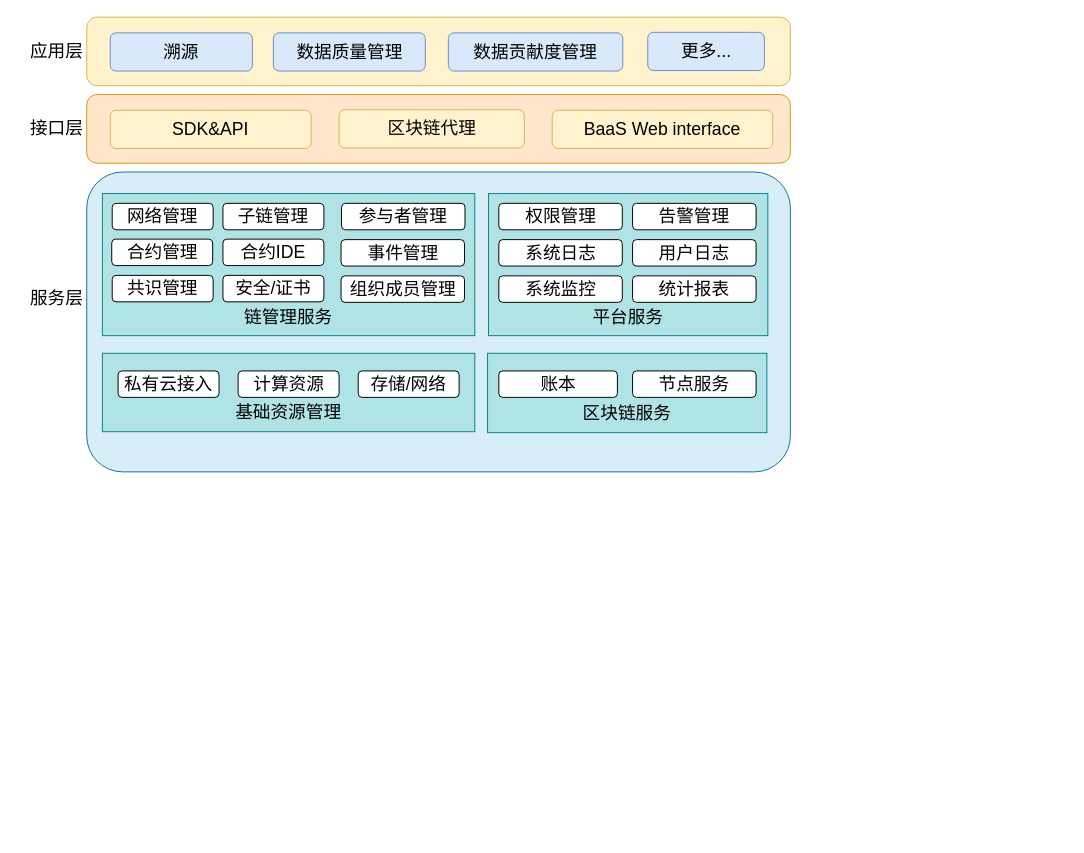
dilide/collections keeps this draw.io diagram as repository/drawio/55/业务功能架构图.drawio. Above is the earlier version. Source tidied: cells renumbered, new cells numbered last; positions are measured from the earlier drawing's top-left corner, leaving out a move shared by most shapes. Both pictures are drawn from the tidied source at 98%, with x=0, y=0 at pixel (17, 17).
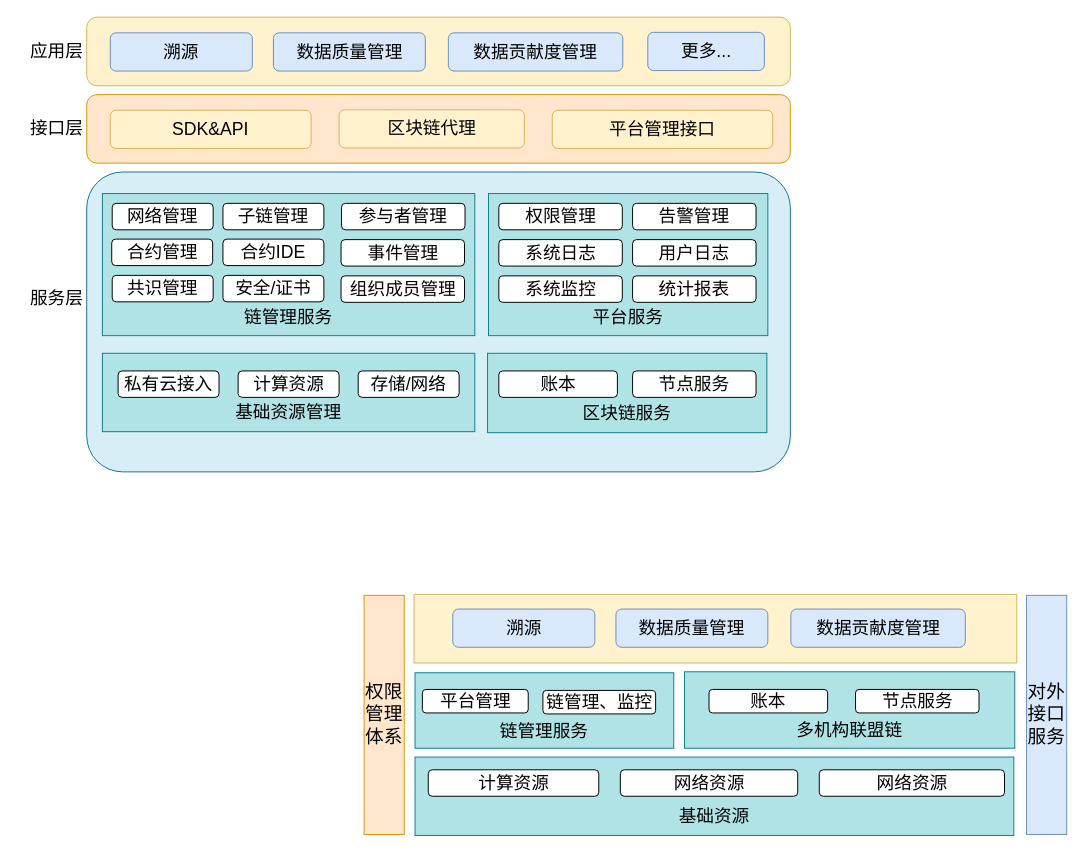
Above is the later version.

Commit message:
更新业务功能架构图.drawio

The edit, as a diff of the source:
```diff
@@
-    <mxCell id="8" value="BaaS Web interface" style="rounded=1;whiteSpace=wrap;html=1;fontSize=18;fillColor=#fff2cc;strokeColor=#d6b656;" parent="1" vertex="1">
+    <mxCell id="8" value="平台管理接口" style="rounded=1;whiteSpace=wrap;html=1;fontSize=18;fillColor=#fff2cc;strokeColor=#d6b656;" parent="1" vertex="1">
       <mxGeometry x="546" y="95" width="225" height="39" as="geometry" />
     </mxCell>
@@
+    <mxCell id="39" value="&lt;br&gt;&lt;br&gt;基础资源" style="rounded=0;whiteSpace=wrap;html=1;shadow=0;glass=0;comic=0;fontSize=18;fillColor=#b0e3e6;strokeColor=#0e8088;" parent="1" vertex="1">
+      <mxGeometry x="406" y="755" width="611" height="80" as="geometry" />
+    </mxCell>
+    <mxCell id="40" value="网络资源" style="rounded=1;whiteSpace=wrap;html=1;shadow=0;glass=0;comic=0;fontSize=18;" parent="1" vertex="1">
+      <mxGeometry x="615.5" y="768" width="181" height="27" as="geometry" />
+    </mxCell>
+    <mxCell id="41" value="计算资源" style="rounded=1;whiteSpace=wrap;html=1;shadow=0;glass=0;comic=0;fontSize=18;" parent="1" vertex="1">
+      <mxGeometry x="419.5" y="768" width="174" height="27" as="geometry" />
+    </mxCell>
+    <mxCell id="42" value="网络资源" style="rounded=1;whiteSpace=wrap;html=1;shadow=0;glass=0;comic=0;fontSize=18;" parent="1" vertex="1">
+      <mxGeometry x="818.5" y="768" width="189" height="27" as="geometry" />
+    </mxCell>
+    <mxCell id="43" value="&lt;br&gt;&lt;br&gt;多机构联盟链" style="rounded=0;whiteSpace=wrap;html=1;shadow=0;glass=0;comic=0;fontSize=18;fillColor=#b0e3e6;strokeColor=#0e8088;" parent="1" vertex="1">
+      <mxGeometry x="681" y="668" width="337" height="78" as="geometry" />
+    </mxCell>
+    <mxCell id="44" value="账本" style="rounded=1;whiteSpace=wrap;html=1;shadow=0;glass=0;comic=0;fontSize=18;" parent="1" vertex="1">
+      <mxGeometry x="706" y="686" width="121" height="24" as="geometry" />
+    </mxCell>
+    <mxCell id="45" value="节点服务" style="rounded=1;whiteSpace=wrap;html=1;shadow=0;glass=0;comic=0;fontSize=18;" parent="1" vertex="1">
+      <mxGeometry x="855.5" y="686" width="126" height="24" as="geometry" />
+    </mxCell>
+    <mxCell id="46" value="&lt;br&gt;&lt;br&gt;链管理服务" style="rounded=0;whiteSpace=wrap;html=1;shadow=0;glass=0;comic=0;fontSize=18;fillColor=#b0e3e6;strokeColor=#0e8088;" parent="1" vertex="1">
+      <mxGeometry x="406" y="669" width="264" height="77" as="geometry" />
+    </mxCell>
+    <mxCell id="47" value="平台管理" style="rounded=1;whiteSpace=wrap;html=1;shadow=0;glass=0;comic=0;fontSize=18;" parent="1" vertex="1">
+      <mxGeometry x="413.5" y="686" width="108" height="24" as="geometry" />
+    </mxCell>
+    <mxCell id="48" value="链管理、监控" style="rounded=1;whiteSpace=wrap;html=1;shadow=0;glass=0;comic=0;fontSize=18;" parent="1" vertex="1">
+      <mxGeometry x="536.5" y="687" width="115" height="24" as="geometry" />
+    </mxCell>
+    <mxCell id="49" style="rounded=0;whiteSpace=wrap;html=1;fillColor=#fff2cc;strokeColor=#d6b656;" parent="1" vertex="1">
+      <mxGeometry x="405" y="589" width="615" height="70" as="geometry" />
+    </mxCell>
+    <mxCell id="50" value="溯源" style="rounded=1;whiteSpace=wrap;html=1;fontSize=18;fillColor=#dae8fc;strokeColor=#6c8ebf;" parent="1" vertex="1">
+      <mxGeometry x="444.5" y="604" width="145" height="39" as="geometry" />
+    </mxCell>
+    <mxCell id="51" value="数据质量管理" style="rounded=1;whiteSpace=wrap;html=1;fontSize=18;fillColor=#dae8fc;strokeColor=#6c8ebf;" parent="1" vertex="1">
+      <mxGeometry x="611" y="604" width="155" height="39" as="geometry" />
+    </mxCell>
+    <mxCell id="52" value="数据贡献度管理" style="rounded=1;whiteSpace=wrap;html=1;fontSize=18;fillColor=#dae8fc;strokeColor=#6c8ebf;" parent="1" vertex="1">
+      <mxGeometry x="789.5" y="604" width="178" height="39" as="geometry" />
+    </mxCell>
+    <mxCell id="53" value="权限管理体系" style="rounded=0;whiteSpace=wrap;html=1;fillColor=#ffe6cc;strokeColor=#d79b00;fontSize=19;" parent="1" vertex="1">
+      <mxGeometry x="354" y="590" width="41" height="244" as="geometry" />
+    </mxCell>
+    <mxCell id="54" value="对外接口服务" style="rounded=0;whiteSpace=wrap;html=1;fillColor=#dae8fc;strokeColor=#6c8ebf;fontSize=19;" parent="1" vertex="1">
+      <mxGeometry x="1030" y="590" width="41" height="244" as="geometry" />
+    </mxCell>
```
